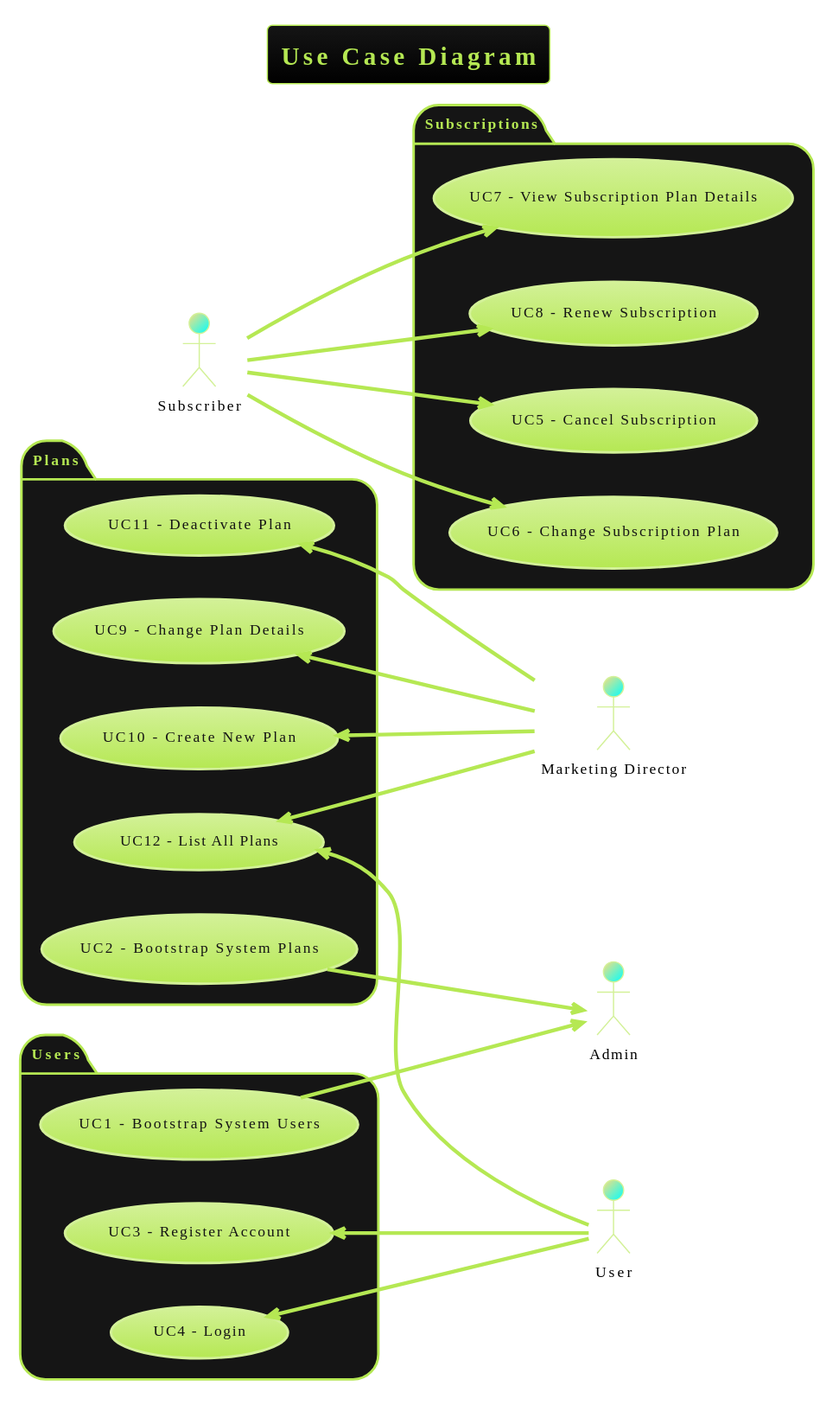
Earlier version of the PlantUML export sidis-project1-protobuf/docs/UCD.svg (tam65r/protobuf-in-REST-aplication).
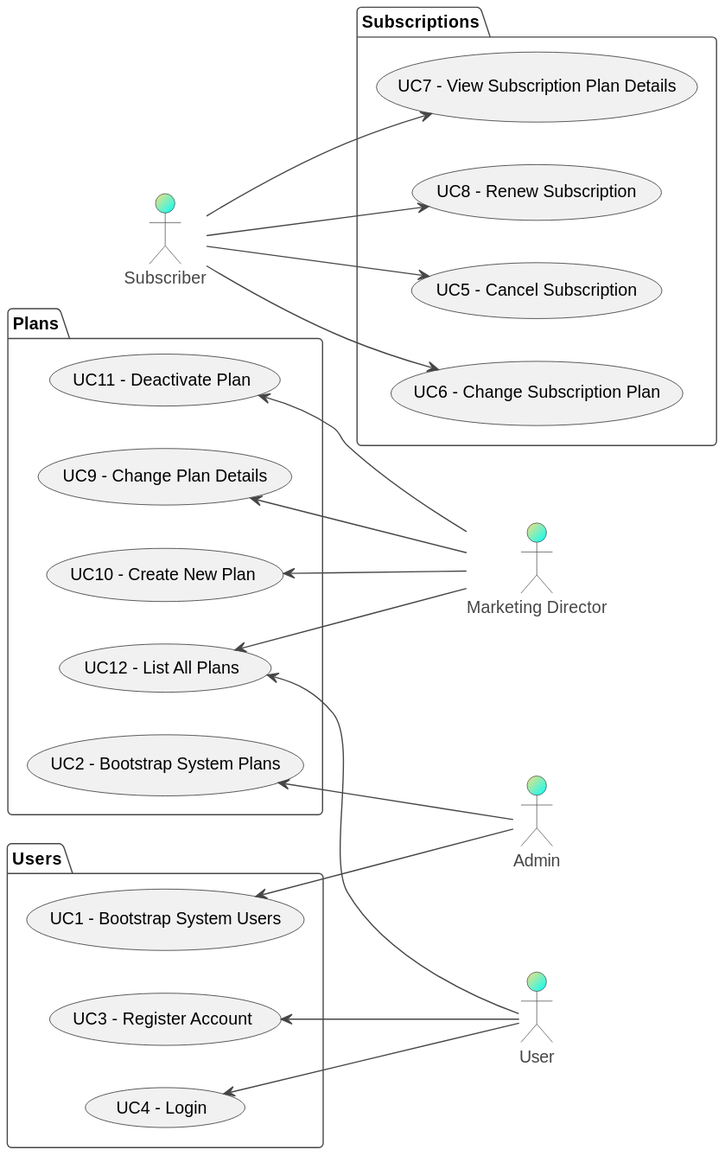
Above is the later version.

What changed in the source:
```diff
@@ -1,8 +1,9 @@
 @startuml
-!theme hacker
-title Use Case Diagram
-skinparam actorFontColor Black
+!theme toy
+
 left to right direction
+
+skinparam backgroundColor Transparent
 
 :Admin: as "Admin" #F8DE7E/00FFFF
 :Director: as "Marketing Director" #F8DE7E/00FFFF
@@ -31,8 +32,8 @@
 }
 
 
-UC2 --> Admin
-UC12 --> Admin
+UC2 <-- Admin
+UC12 <-- Admin
 
 UC8 <-- Director
 UC9 <-- Director
```
